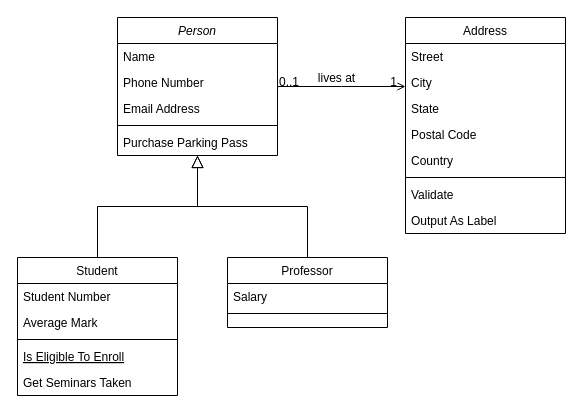
This is Untitled Diagram.drawio from yachab17/CRA2022, a draw.io file, before an edit. Source tidied: cells renumbered, new cells numbered last; positions are measured from the earlier drawing's top-left corner, leaving out a move shared by most shapes. Both pictures are drawn from the tidied source at 100%, with x=0, y=0 at pixel (17, 17).
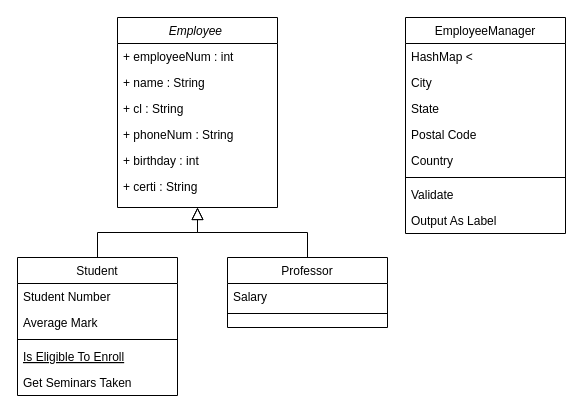
Above is the later version.

The edit, as a diff of the source:
```diff
@@
-    <mxCell id="2" value="Person" style="swimlane;fontStyle=2;align=center;verticalAlign=top;horizontal=1;startSize=26;rounded=0;shadow=0;strokeWidth=1;" parent="1" vertex="1">
-      <mxGeometry x="100" width="160" height="138" as="geometry" />
+    <mxCell id="2" value="Employee " style="swimlane;fontStyle=2;align=center;verticalAlign=top;horizontal=1;startSize=26;rounded=0;shadow=0;strokeWidth=1;" parent="1" vertex="1">
+      <mxGeometry x="100" width="160" height="190" as="geometry" />
     </mxCell>
-    <mxCell id="3" value="Name" style="text;align=left;verticalAlign=top;spacingLeft=4;spacingRight=4;overflow=hidden;" parent="2" vertex="1">
+    <mxCell id="3" value="+ employeeNum : int" style="text;align=left;verticalAlign=top;spacingLeft=4;spacingRight=4;overflow=hidden;" parent="2" vertex="1">
       <mxGeometry y="26" width="160" height="26" as="geometry" />
     </mxCell>
-    <mxCell id="4" value="Phone Number" style="text;align=left;verticalAlign=top;spacingLeft=4;spacingRight=4;overflow=hidden;rounded=0;shadow=0;html=0;" parent="2" vertex="1">
+    <mxCell id="4" value="+ name : String" style="text;align=left;verticalAlign=top;spacingLeft=4;spacingRight=4;overflow=hidden;rounded=0;shadow=0;html=0;" parent="2" vertex="1">
       <mxGeometry y="52" width="160" height="26" as="geometry" />
     </mxCell>
-    <mxCell id="5" value="Email Address" style="text;align=left;verticalAlign=top;spacingLeft=4;spacingRight=4;overflow=hidden;rounded=0;shadow=0;html=0;" parent="2" vertex="1">
+    <mxCell id="5" value="+ cl : String" style="text;align=left;verticalAlign=top;spacingLeft=4;spacingRight=4;overflow=hidden;rounded=0;shadow=0;html=0;" parent="2" vertex="1">
       <mxGeometry y="78" width="160" height="26" as="geometry" />
     </mxCell>
-    <mxCell id="6" style="line;html=1;strokeWidth=1;align=left;verticalAlign=middle;spacingTop=-1;spacingLeft=3;spacingRight=3;labelPosition=right;" parent="2" vertex="1">
-      <mxGeometry y="104" width="160" height="8" as="geometry" />
-    </mxCell>
-    <mxCell id="7" value="Purchase Parking Pass" style="text;align=left;verticalAlign=top;spacingLeft=4;spacingRight=4;overflow=hidden;" parent="2" vertex="1">
-      <mxGeometry y="112" width="160" height="26" as="geometry" />
-    </mxCell>
+    <mxCell id="32" value="+ phoneNum : String" style="text;align=left;verticalAlign=top;spacingLeft=4;spacingRight=4;overflow=hidden;rounded=0;shadow=0;html=0;" parent="2" vertex="1">
+      <mxGeometry y="104" width="160" height="26" as="geometry" />
+    </mxCell>
+    <mxCell id="33" value="+ birthday : int" style="text;align=left;verticalAlign=top;spacingLeft=4;spacingRight=4;overflow=hidden;rounded=0;shadow=0;html=0;" parent="2" vertex="1">
+      <mxGeometry y="130" width="160" height="26" as="geometry" />
+    </mxCell>
+    <mxCell id="34" value="+ certi : String" style="text;align=left;verticalAlign=top;spacingLeft=4;spacingRight=4;overflow=hidden;rounded=0;shadow=0;html=0;" parent="2" vertex="1">
+      <mxGeometry y="156" width="160" height="26" as="geometry" />
+    </mxCell>
@@
-    <mxCell id="19" value="Address" style="swimlane;fontStyle=0;align=center;verticalAlign=top;horizontal=1;startSize=26;rounded=0;shadow=0;strokeWidth=1;" parent="1" vertex="1">
+    <mxCell id="19" value="EmployeeManager" style="swimlane;fontStyle=0;align=center;verticalAlign=top;horizontal=1;startSize=26;rounded=0;shadow=0;strokeWidth=1;" parent="1" vertex="1">
       <mxGeometry x="388" width="160" height="216" as="geometry" />
     </mxCell>
-    <mxCell id="20" value="Street" style="text;align=left;verticalAlign=top;spacingLeft=4;spacingRight=4;overflow=hidden;" parent="19" vertex="1">
+    <mxCell id="20" value="HashMap &lt;" style="text;align=left;verticalAlign=top;spacingLeft=4;spacingRight=4;overflow=hidden;" parent="19" vertex="1">
       <mxGeometry y="26" width="160" height="26" as="geometry" />
     </mxCell>
@@
-    <mxCell id="28" style="endArrow=open;shadow=0;strokeWidth=1;rounded=0;endFill=1;edgeStyle=elbowEdgeStyle;elbow=vertical;" parent="1" edge="1" source="2" target="19">
-      <mxGeometry x="0.5" y="41" relative="1" as="geometry">
-        <mxPoint x="-40" y="32" as="offset" />
-      </mxGeometry>
-    </mxCell>
-    <mxCell id="29" value="0..1" style="align=left;verticalAlign=bottom;labelBackgroundColor=none;fontSize=12;" parent="28" vertex="1">
-      <mxGeometry x="-1" relative="1" as="geometry">
-        <mxPoint y="4" as="offset" />
-      </mxGeometry>
-    </mxCell>
-    <mxCell id="30" value="1" style="align=right;verticalAlign=bottom;labelBackgroundColor=none;fontSize=12;" parent="28" vertex="1">
-      <mxGeometry x="1" relative="1" as="geometry">
-        <mxPoint x="-7" y="4" as="offset" />
-      </mxGeometry>
-    </mxCell>
-    <mxCell id="31" value="lives at" style="text;html=1;align=center;verticalAlign=middle;labelBackgroundColor=none;rounded=0;shadow=0;strokeWidth=1;fontSize=12;" parent="28" vertex="1">
-      <mxGeometry x="0.5" y="49" relative="1" as="geometry">
-        <mxPoint x="-38" y="40" as="offset" />
-      </mxGeometry>
-    </mxCell>
```
